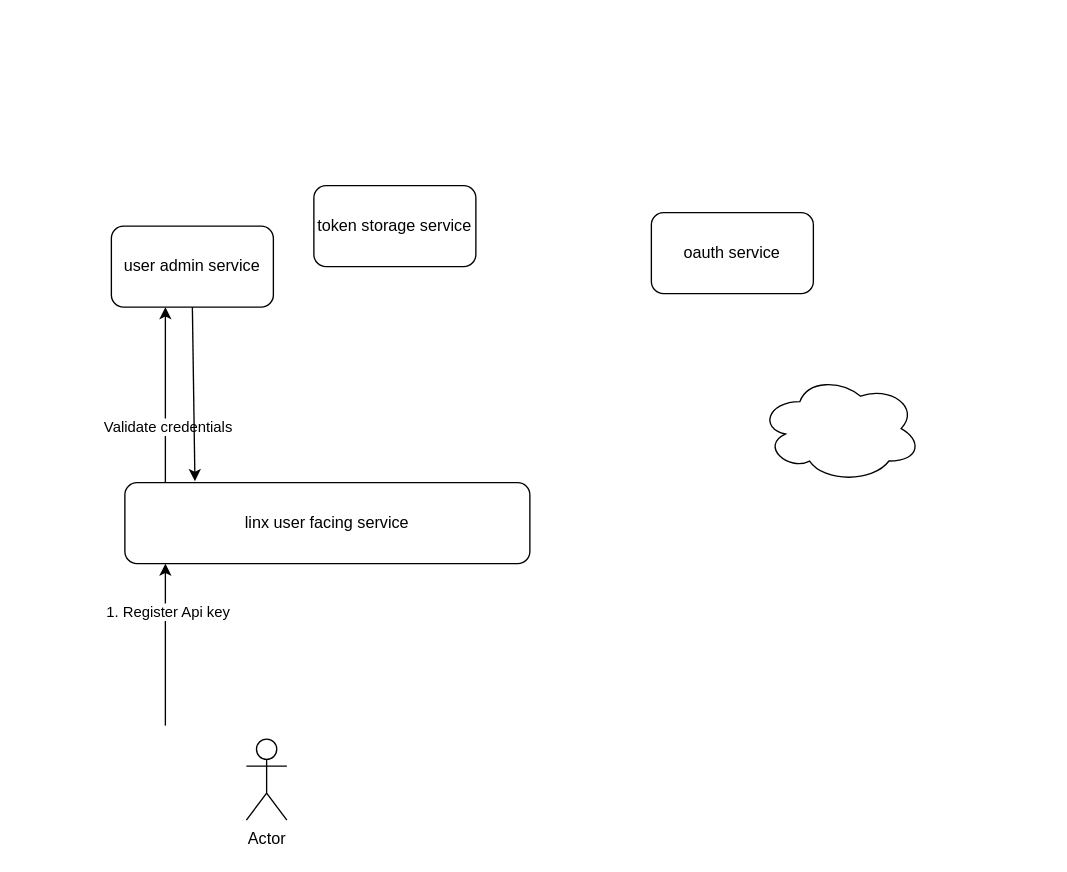
Earlier version of the draw.io diagram page "Page-2" (2 of 4) of system-architecture.drawio (linx-software/linx-oauth2-token-service). Source tidied: cells renumbered, new cells numbered last; positions are measured from the earlier drawing's top-left corner, leaving out a move shared by most shapes. Both pictures are drawn from the tidied source at 135%, with x=0, y=0 at pixel (111, 185).
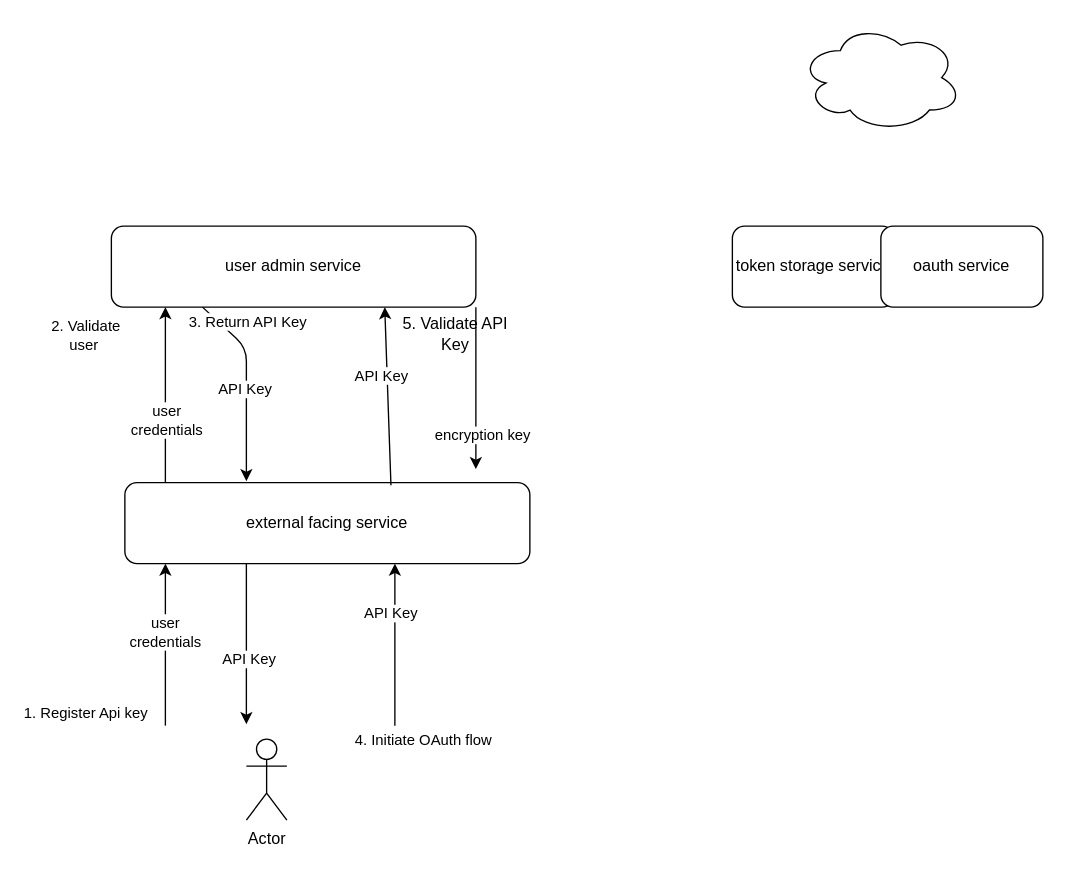
After the change.

The change refers to these unchanged cells:
```xml
<mxCell id="8" style="endArrow=classic;html=1;strokeWidth=1;" parent="1" edge="1">
  <mxGeometry relative="1" as="geometry">
    <mxPoint x="40" y="400" as="sourcePoint" />
    <mxPoint x="40" y="280" as="targetPoint" />
  </mxGeometry>
</mxCell>
<mxCell id="10" style="endArrow=classic;html=1;strokeWidth=1;" parent="1" edge="1">
  <mxGeometry relative="1" as="geometry">
    <mxPoint x="40" y="220" as="sourcePoint" />
    <mxPoint x="40" y="90" as="targetPoint" />
  </mxGeometry>
</mxCell>
```

The edit, as a diff of the source:
```diff
@@
-    <mxCell id="2" value="linx user facing service" style="rounded=1;whiteSpace=wrap;html=1;" parent="1" vertex="1">
+    <mxCell id="2" value="external facing service" style="rounded=1;whiteSpace=wrap;html=1;" parent="1" vertex="1">
       <mxGeometry x="10" y="220" width="300" height="60" as="geometry" />
     </mxCell>
     <mxCell id="3" value="user admin service" style="rounded=1;whiteSpace=wrap;html=1;" parent="1" vertex="1">
-      <mxGeometry y="30" width="120" height="60" as="geometry" />
+      <mxGeometry y="30" width="270" height="60" as="geometry" />
     </mxCell>
     <mxCell id="4" value="token storage service" style="rounded=1;whiteSpace=wrap;html=1;" parent="1" vertex="1">
-      <mxGeometry x="150" width="120" height="60" as="geometry" />
+      <mxGeometry x="460" y="30" width="120" height="60" as="geometry" />
     </mxCell>
     <mxCell id="5" value="oauth service" style="rounded=1;whiteSpace=wrap;html=1;" parent="1" vertex="1">
-      <mxGeometry x="400" y="20" width="120" height="60" as="geometry" />
+      <mxGeometry x="570" y="30" width="120" height="60" as="geometry" />
     </mxCell>
@@
     <mxCell id="7" style="ellipse;shape=cloud;whiteSpace=wrap;html=1;" parent="1" vertex="1">
-      <mxGeometry x="480" y="140" width="120" height="80" as="geometry" />
+      <mxGeometry x="510" y="-120" width="120" height="80" as="geometry" />
     </mxCell>
@@
     <mxCell id="9" value="1. Register Api key" style="edgeLabel;html=1;align=center;verticalAlign=middle;" parent="8" vertex="1">
-      <mxGeometry x="0.42" y="-1" relative="1" as="geometry" />
+      <mxGeometry x="0.42" y="-1" relative="1" as="geometry">
+        <mxPoint x="-61" y="75" as="offset" />
+      </mxGeometry>
     </mxCell>
+    <mxCell id="13" value="user&lt;br&gt;credentials" style="edgeLabel;html=1;align=center;verticalAlign=middle;" parent="8" vertex="1">
+      <mxGeometry x="-0.2" y="1" relative="1" as="geometry">
+        <mxPoint y="-22" as="offset" />
+      </mxGeometry>
+    </mxCell>
@@
-    <mxCell id="11" value="Validate credentials" style="edgeLabel;html=1;align=center;verticalAlign=middle;" parent="10" vertex="1">
-      <mxGeometry x="-0.35" y="-1" relative="1" as="geometry" />
+    <mxCell id="11" value="2. Validate &lt;br&gt;user&amp;nbsp;" style="edgeLabel;html=1;align=center;verticalAlign=middle;" parent="10" vertex="1">
+      <mxGeometry x="-0.35" y="-1" relative="1" as="geometry">
+        <mxPoint x="-61" y="-68" as="offset" />
+      </mxGeometry>
     </mxCell>
+    <mxCell id="14" value="user&lt;br&gt;credentials" style="edgeLabel;html=1;align=center;verticalAlign=middle;" parent="10" vertex="1">
+      <mxGeometry x="-0.28" relative="1" as="geometry" />
+    </mxCell>
-    <mxCell id="12" style="endArrow=classic;html=1;strokeWidth=1;entryX=0.173;entryY=-0.017;entryDx=0;entryDy=0;entryPerimeter=0;exitX=0.5;exitY=1;exitDx=0;exitDy=0;" parent="1" edge="1" source="3" target="2">
-      <mxGeometry relative="1" as="geometry" />
+    <mxCell id="12" style="endArrow=classic;html=1;strokeWidth=1;exitX=0.25;exitY=1;exitDx=0;exitDy=0;" parent="1" edge="1" source="3">
+      <mxGeometry relative="1" as="geometry">
+        <mxPoint x="100" y="219" as="targetPoint" />
+        <Array as="points">
+          <mxPoint x="100" y="120" />
+        </Array>
+      </mxGeometry>
     </mxCell>
+    <mxCell id="15" value="3. Return API Key" style="edgeLabel;html=1;align=center;verticalAlign=middle;" parent="12" vertex="1">
+      <mxGeometry x="-0.14" y="1" relative="1" as="geometry">
+        <mxPoint x="-1" y="-37" as="offset" />
+      </mxGeometry>
+    </mxCell>
+    <mxCell id="16" value="API Key" style="edgeLabel;html=1;align=center;verticalAlign=middle;" parent="12" vertex="1">
+      <mxGeometry x="0.05" y="-2" relative="1" as="geometry" />
+    </mxCell>
+    <mxCell id="17" style="endArrow=classic;html=1;strokeWidth=1;" parent="1" edge="1">
+      <mxGeometry relative="1" as="geometry">
+        <mxPoint x="100" y="280" as="sourcePoint" />
+        <mxPoint x="100" y="399" as="targetPoint" />
+        <Array as="points">
+          <mxPoint x="100" y="300" />
+        </Array>
+      </mxGeometry>
+    </mxCell>
+    <mxCell id="18" value="API Key" style="edgeLabel;html=1;align=center;verticalAlign=middle;" parent="17" vertex="1">
+      <mxGeometry x="-0.14" y="1" relative="1" as="geometry">
+        <mxPoint y="19" as="offset" />
+      </mxGeometry>
+    </mxCell>
+    <mxCell id="19" style="endArrow=classic;html=1;strokeWidth=1;" parent="1" edge="1">
+      <mxGeometry relative="1" as="geometry">
+        <mxPoint x="210" y="400" as="sourcePoint" />
+        <mxPoint x="210" y="280" as="targetPoint" />
+      </mxGeometry>
+    </mxCell>
+    <mxCell id="20" value="4. Initiate OAuth flow" style="edgeLabel;html=1;align=center;verticalAlign=middle;" parent="19" vertex="1">
+      <mxGeometry x="0.42" y="-1" relative="1" as="geometry">
+        <mxPoint x="19" y="95" as="offset" />
+      </mxGeometry>
+    </mxCell>
+    <mxCell id="21" value="API Key" style="edgeLabel;html=1;align=center;verticalAlign=middle;" parent="19" vertex="1">
+      <mxGeometry x="0.4" y="4" relative="1" as="geometry" />
+    </mxCell>
+    <mxCell id="22" style="endArrow=classic;html=1;strokeWidth=1;exitX=0.657;exitY=0.033;exitDx=0;exitDy=0;exitPerimeter=0;entryX=0.75;entryY=1;entryDx=0;entryDy=0;" parent="1" edge="1" source="2" target="3">
+      <mxGeometry relative="1" as="geometry" />
+    </mxCell>
+    <mxCell id="23" value="API Key" style="edgeLabel;html=1;align=center;verticalAlign=middle;" parent="22" vertex="1">
+      <mxGeometry x="0.4" y="4" relative="1" as="geometry">
+        <mxPoint y="10" as="offset" />
+      </mxGeometry>
+    </mxCell>
+    <mxCell id="24" value="5. Validate API Key" style="text;html=1;strokeColor=none;fillColor=none;align=center;verticalAlign=middle;whiteSpace=wrap;rounded=0;" parent="1" vertex="1">
+      <mxGeometry x="210" y="100" width="90" height="20" as="geometry" />
+    </mxCell>
+    <mxCell id="25" style="endArrow=classic;html=1;strokeWidth=1;exitX=1;exitY=1;exitDx=0;exitDy=0;" parent="1" edge="1" source="3">
+      <mxGeometry relative="1" as="geometry">
+        <mxPoint x="270" y="210" as="targetPoint" />
+      </mxGeometry>
+    </mxCell>
+    <mxCell id="26" value="encryption key" style="edgeLabel;html=1;align=center;verticalAlign=middle;" parent="25" vertex="1">
+      <mxGeometry x="0.4" y="4" relative="1" as="geometry">
+        <mxPoint y="10" as="offset" />
+      </mxGeometry>
+    </mxCell>
```
